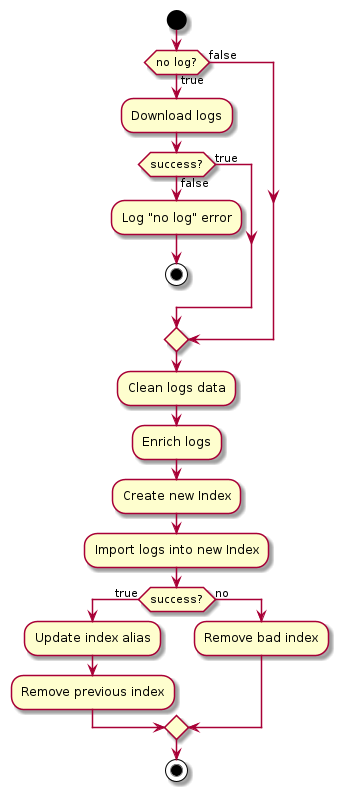
The PlantUML diagram doc/batch-processing.png in jlcanela/fulltext-search-sample, before a commit. Its diagram source:
```plantuml
@startuml batch-processing

start
if (no log?) then (true)
:Download logs;
if (success?) then (true)
else (false)
:Log "no log" error;
stop
endif
else (false)
endif
:Clean logs data;
:Enrich logs;
:Create new Index;
:Import logs into new Index;
if (success?) then (true)
:Update index alias;
:Remove previous index;
else (no)
:Remove bad index;
endif
stop

@enduml
```
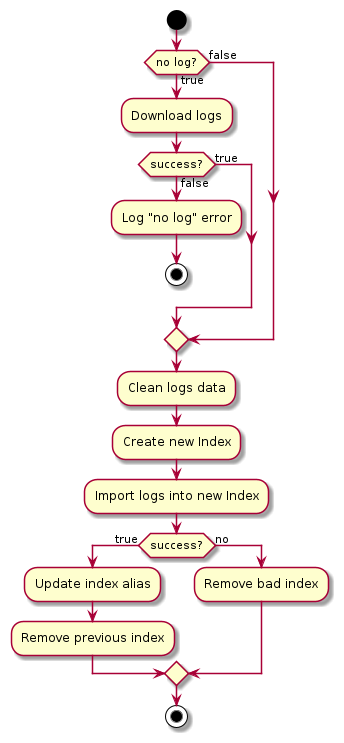
The same file after the commit.

The edit, as a diff of the source:
```diff
@@ -11,7 +11,6 @@
 else (false)
 endif
 :Clean logs data;
-:Enrich logs;
 :Create new Index;
 :Import logs into new Index;
 if (success?) then (true)
```
